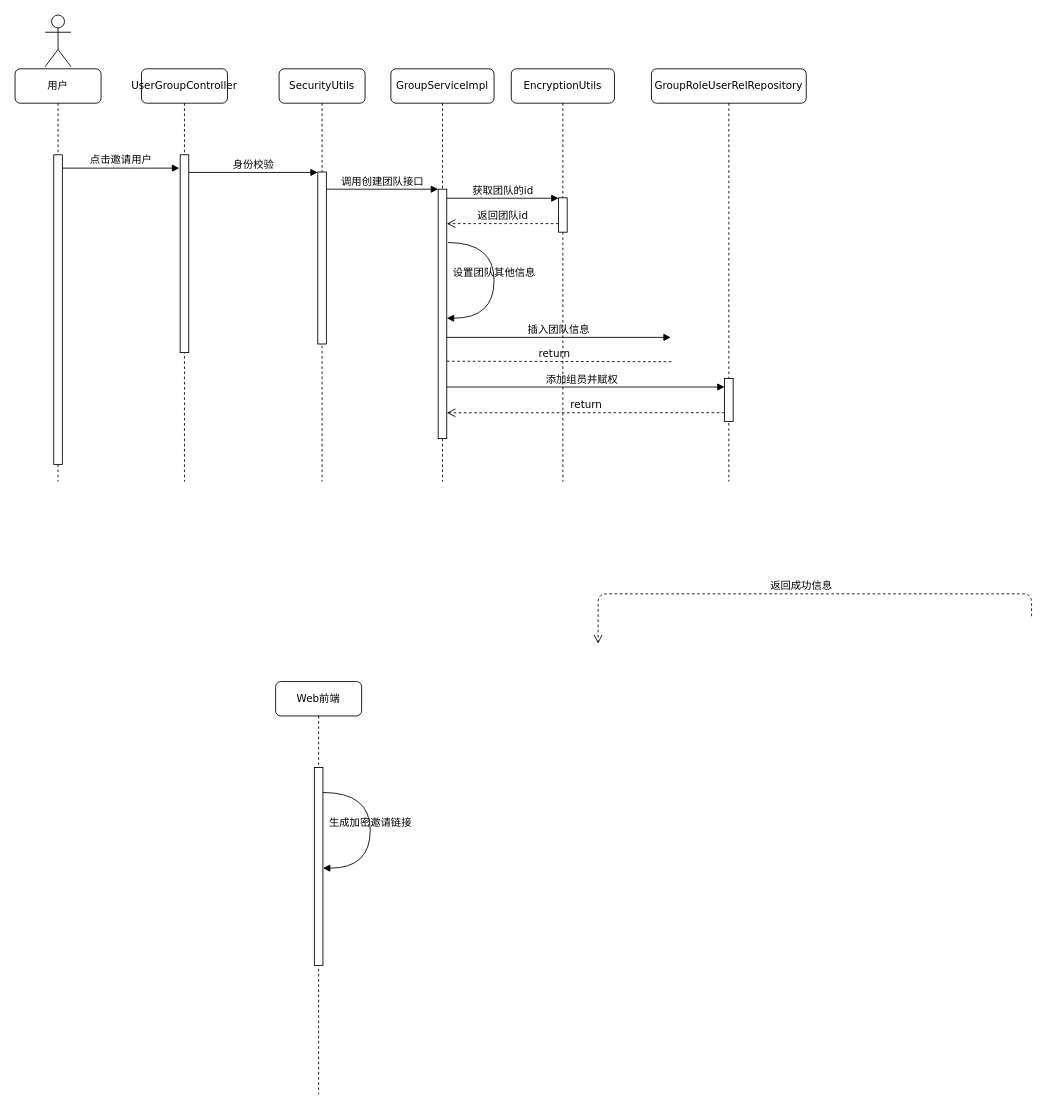
This is 获取邀请信息时序图.drawio from come-on-reader/draw-io, a draw.io file, before an edit. Source tidied: cells renumbered, new cells numbered last; positions are measured from the earlier drawing's top-left corner, leaving out a move shared by most shapes. Both pictures are drawn from the tidied source at 86%, with x=0, y=0 at pixel (15, 15).
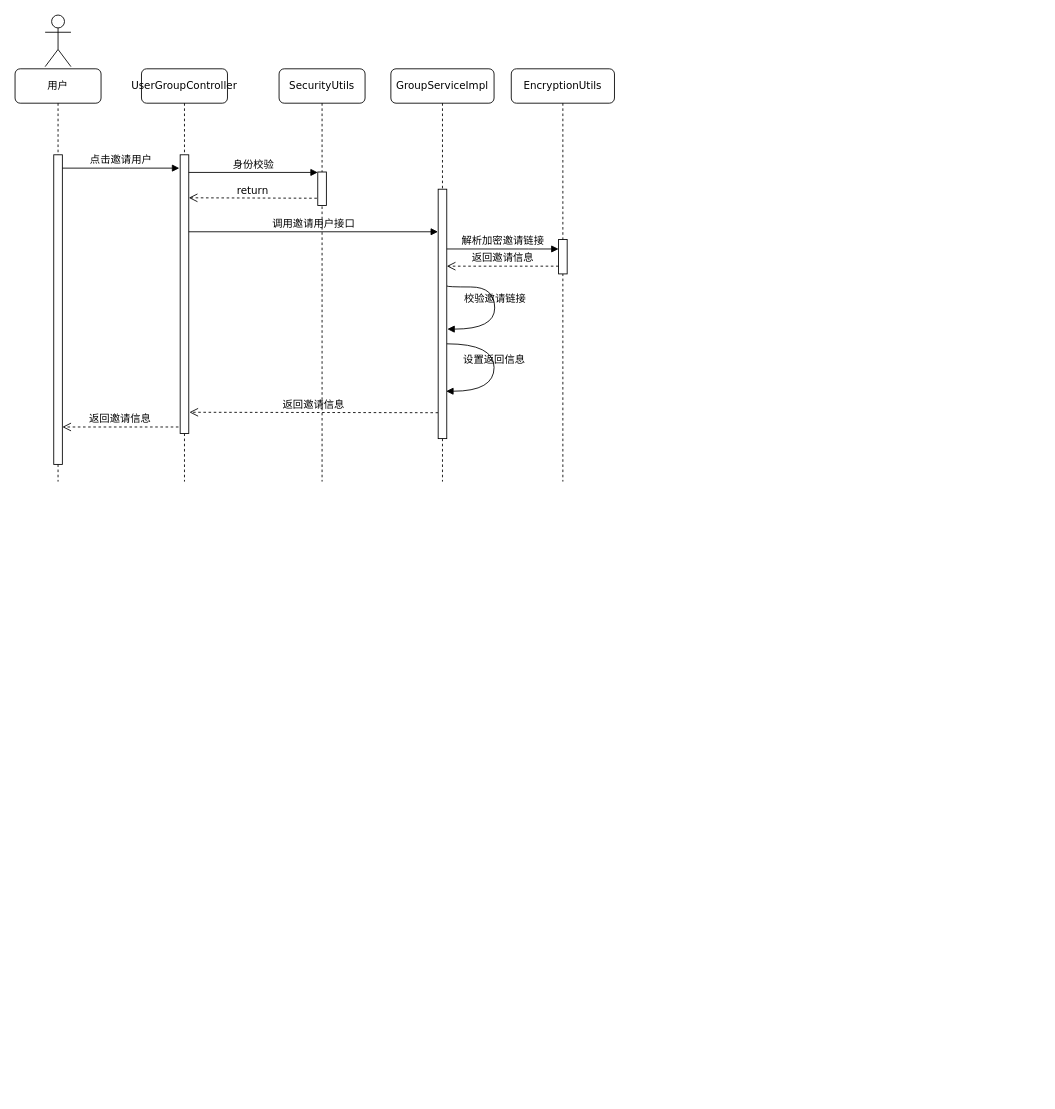
Above is the later version.

Commit message:
更新获取邀请信息时序图.drawio

The change refers to these unchanged cells:
```xml
<mxCell id="2" value="UserGroupController" style="shape=umlLifeline;perimeter=lifelinePerimeter;whiteSpace=wrap;html=1;rounded=1;shadow=0;comic=0;labelBackgroundColor=none;strokeWidth=1;fontFamily=Verdana;fontSize=12;align=center;" parent="1" vertex="1">
  <mxGeometry x="147" y="62.5" width="100" height="480" as="geometry" />
</mxCell>
<mxCell id="4" value="SecurityUtils" style="shape=umlLifeline;perimeter=lifelinePerimeter;whiteSpace=wrap;html=1;rounded=1;shadow=0;comic=0;labelBackgroundColor=none;strokeWidth=1;fontFamily=Verdana;fontSize=12;align=center;" parent="1" vertex="1">
  <mxGeometry x="307" y="62.5" width="100" height="480" as="geometry" />
</mxCell>
<mxCell id="6" value="GroupServiceImpl" style="shape=umlLifeline;perimeter=lifelinePerimeter;whiteSpace=wrap;html=1;rounded=1;shadow=0;comic=0;labelBackgroundColor=none;strokeWidth=1;fontFamily=Verdana;fontSize=12;align=center;" parent="1" vertex="1">
  <mxGeometry x="437" y="62.5" width="120" height="480" as="geometry" />
</mxCell>
<mxCell id="7" value="EncryptionUtils" style="shape=umlLifeline;perimeter=lifelinePerimeter;whiteSpace=wrap;html=1;rounded=1;shadow=0;comic=0;labelBackgroundColor=none;strokeWidth=1;fontFamily=Verdana;fontSize=12;align=center;" parent="1" vertex="1">
  <mxGeometry x="577" y="62.5" width="120" height="480" as="geometry" />
</mxCell>
<mxCell id="14" style="html=1;points=[];perimeter=orthogonalPerimeter;rounded=0;shadow=0;comic=0;labelBackgroundColor=none;strokeWidth=1;fontFamily=Verdana;fontSize=12;align=center;" parent="1" vertex="1">
  <mxGeometry x="492" y="202.5" width="10" height="290" as="geometry" />
</mxCell>
```

What changed in the source:
```diff
@@
     <mxCell id="3" style="html=1;points=[];perimeter=orthogonalPerimeter;rounded=0;shadow=0;comic=0;labelBackgroundColor=none;strokeWidth=1;fontFamily=Verdana;fontSize=12;align=center;" parent="2" vertex="1">
-      <mxGeometry x="45" y="100" width="10" height="230" as="geometry" />
+      <mxGeometry x="45" y="100" width="10" height="324" as="geometry" />
     </mxCell>
+    <mxCell id="29" value="返回邀请信息" style="html=1;verticalAlign=bottom;endArrow=open;dashed=1;endSize=8;labelBackgroundColor=none;fontFamily=Verdana;fontSize=12;entryX=1.075;entryY=0.924;entryDx=0;entryDy=0;entryPerimeter=0;" parent="2" edge="1">
+      <mxGeometry relative="1" as="geometry">
+        <mxPoint x="43" y="416.5" as="sourcePoint" />
+        <mxPoint x="-92" y="416.5" as="targetPoint" />
+      </mxGeometry>
+    </mxCell>
@@
     <mxCell id="5" style="html=1;points=[];perimeter=orthogonalPerimeter;rounded=0;shadow=0;comic=0;labelBackgroundColor=none;strokeWidth=1;fontFamily=Verdana;fontSize=12;align=center;" parent="4" vertex="1">
-      <mxGeometry x="45" y="120" width="10" height="200" as="geometry" />
+      <mxGeometry x="45" y="120" width="10" height="39" as="geometry" />
     </mxCell>
+    <mxCell id="23" value="返回邀请信息" style="html=1;verticalAlign=bottom;endArrow=open;dashed=1;endSize=8;labelBackgroundColor=none;fontFamily=Verdana;fontSize=12;exitX=-0.006;exitY=0.797;exitDx=0;exitDy=0;exitPerimeter=0;entryX=1.075;entryY=0.924;entryDx=0;entryDy=0;entryPerimeter=0;" parent="4" edge="1" target="3">
+      <mxGeometry relative="1" as="geometry">
+        <mxPoint x="185" y="399.9" as="sourcePoint" />
+      </mxGeometry>
+    </mxCell>
@@
+    <mxCell id="21" value="校验邀请链接" style="html=1;verticalAlign=bottom;endArrow=block;labelBackgroundColor=none;fontFamily=Verdana;fontSize=12;elbow=vertical;edgeStyle=orthogonalEdgeStyle;curved=1;exitX=0.931;exitY=0.346;exitPerimeter=0;exitDx=0;exitDy=0;" parent="6" edge="1">
+      <mxGeometry relative="1" as="geometry">
+        <mxPoint x="65" y="252.5" as="sourcePoint" />
+        <mxPoint x="65.7" y="302.7" as="targetPoint" />
+        <Array as="points">
+          <mxPoint x="64.7" y="253.7" />
+          <mxPoint x="120.7" y="253.7" />
+          <mxPoint x="120.7" y="302.7" />
+        </Array>
+      </mxGeometry>
+    </mxCell>
@@
-    <mxCell id="8" value="return" style="html=1;verticalAlign=bottom;endArrow=open;dashed=1;endSize=8;labelBackgroundColor=none;fontFamily=Verdana;fontSize=12;entryX=1;entryY=0.652;entryDx=0;entryDy=0;entryPerimeter=0;exitX=0.119;exitY=0.812;exitDx=0;exitDy=0;exitPerimeter=0;" parent="7" edge="1">
-      <mxGeometry relative="1" as="geometry">
-        <mxPoint x="186.2" y="340.6" as="sourcePoint" />
-        <mxPoint x="-85" y="340" as="targetPoint" />
-      </mxGeometry>
-    </mxCell>
-    <mxCell id="9" value="添加组员并赋权" style="html=1;verticalAlign=bottom;endArrow=block;labelBackgroundColor=none;fontFamily=Verdana;fontSize=12;entryX=0.008;entryY=0.2;entryDx=0;entryDy=0;entryPerimeter=0;" parent="7" edge="1" target="11">
-      <mxGeometry relative="1" as="geometry">
-        <mxPoint x="-85" y="370" as="sourcePoint" />
-      </mxGeometry>
-    </mxCell>
-    <mxCell id="10" value="GroupRoleUserRelRepository" style="shape=umlLifeline;perimeter=lifelinePerimeter;whiteSpace=wrap;html=1;rounded=1;shadow=0;comic=0;labelBackgroundColor=none;strokeWidth=1;fontFamily=Verdana;fontSize=12;align=center;" parent="1" vertex="1">
-      <mxGeometry x="740" y="62.5" width="180" height="480" as="geometry" />
-    </mxCell>
-    <mxCell id="11" style="html=1;points=[];perimeter=orthogonalPerimeter;rounded=0;shadow=0;comic=0;labelBackgroundColor=none;strokeColor=#000000;strokeWidth=1;fillColor=#FFFFFF;fontFamily=Verdana;fontSize=12;fontColor=#000000;align=center;" parent="10" vertex="1">
-      <mxGeometry x="85" y="360" width="10" height="50" as="geometry" />
-    </mxCell>
+    <mxCell id="16" style="html=1;points=[];perimeter=orthogonalPerimeter;rounded=0;shadow=0;comic=0;labelBackgroundColor=none;strokeWidth=1;fontFamily=Verdana;fontSize=12;align=center;" parent="7" vertex="1">
+      <mxGeometry x="55" y="198.5" width="10" height="40" as="geometry" />
+    </mxCell>
@@
-    <mxCell id="15" value="调用创建团队接口" style="html=1;verticalAlign=bottom;endArrow=block;labelBackgroundColor=none;fontFamily=Verdana;fontSize=12;edgeStyle=elbowEdgeStyle;elbow=vertical;" parent="1" edge="1" source="5" target="14">
-      <mxGeometry relative="1" as="geometry">
-        <Array as="points">
-          <mxPoint x="367" y="202.5" />
-        </Array>
-      </mxGeometry>
-    </mxCell>
-    <mxCell id="16" style="html=1;points=[];perimeter=orthogonalPerimeter;rounded=0;shadow=0;comic=0;labelBackgroundColor=none;strokeWidth=1;fontFamily=Verdana;fontSize=12;align=center;" parent="1" vertex="1">
-      <mxGeometry x="632" y="212.5" width="10" height="40" as="geometry" />
-    </mxCell>
-    <mxCell id="17" value="获取团队的id" style="html=1;verticalAlign=bottom;endArrow=block;entryX=0;entryY=0;labelBackgroundColor=none;fontFamily=Verdana;fontSize=12;edgeStyle=elbowEdgeStyle;elbow=vertical;" parent="1" edge="1" source="14" target="16">
-      <mxGeometry relative="1" as="geometry" />
+    <mxCell id="17" value="解析加密邀请链接" style="html=1;verticalAlign=bottom;endArrow=block;labelBackgroundColor=none;fontFamily=Verdana;fontSize=12;edgeStyle=elbowEdgeStyle;elbow=vertical;" parent="1" edge="1" source="14" target="16">
+      <mxGeometry relative="1" as="geometry">
+        <Array as="points">
+          <mxPoint x="597" y="272" />
+        </Array>
+      </mxGeometry>
     </mxCell>
-    <mxCell id="18" value="返回团队id" style="html=1;verticalAlign=bottom;endArrow=open;dashed=1;endSize=8;labelBackgroundColor=none;fontFamily=Verdana;fontSize=12;edgeStyle=elbowEdgeStyle;elbow=vertical;" parent="1" edge="1" source="16" target="14">
+    <mxCell id="18" value="返回邀请信息" style="html=1;verticalAlign=bottom;endArrow=open;dashed=1;endSize=8;labelBackgroundColor=none;fontFamily=Verdana;fontSize=12;edgeStyle=elbowEdgeStyle;elbow=vertical;" parent="1" edge="1" source="16" target="14">
       <mxGeometry relative="1" as="geometry">
         <Array as="points">
-          <mxPoint x="577" y="242.5" />
+          <mxPoint x="577" y="292" />
           <mxPoint x="607" y="242.5" />
         </Array>
       </mxGeometry>
     </mxCell>
-    <mxCell id="19" value="插入团队信息" style="html=1;verticalAlign=bottom;endArrow=block;labelBackgroundColor=none;fontFamily=Verdana;fontSize=12;entryX=0.048;entryY=0.246;entryDx=0;entryDy=0;entryPerimeter=0;" parent="1" edge="1" source="14">
-      <mxGeometry relative="1" as="geometry">
-        <mxPoint x="762.5" y="374.8" as="targetPoint" />
-      </mxGeometry>
-    </mxCell>
@@
-    <mxCell id="21" value="设置团队其他信息" style="html=1;verticalAlign=bottom;endArrow=block;labelBackgroundColor=none;fontFamily=Verdana;fontSize=12;elbow=vertical;edgeStyle=orthogonalEdgeStyle;curved=1;exitX=1.129;exitY=0.214;exitPerimeter=0;exitDx=0;exitDy=0;" parent="1" edge="1" source="14" target="14">
-      <mxGeometry relative="1" as="geometry">
-        <Array as="points">
-          <mxPoint x="557" y="264.5" />
-          <mxPoint x="557" y="352.5" />
-        </Array>
-      </mxGeometry>
-    </mxCell>
@@
-    <mxCell id="23" value="return" style="html=1;verticalAlign=bottom;endArrow=open;dashed=1;endSize=8;labelBackgroundColor=none;fontFamily=Verdana;fontSize=12;entryX=1;entryY=0.652;entryDx=0;entryDy=0;entryPerimeter=0;exitX=-0.006;exitY=0.797;exitDx=0;exitDy=0;exitPerimeter=0;" parent="1" edge="1" source="11">
-      <mxGeometry relative="1" as="geometry">
-        <mxPoint x="502" y="462.5" as="targetPoint" />
-      </mxGeometry>
-    </mxCell>
-    <mxCell id="24" value="返回成功信息" style="html=1;verticalAlign=bottom;endArrow=open;dashed=1;endSize=8;labelBackgroundColor=none;fontFamily=Verdana;fontSize=12;edgeStyle=elbowEdgeStyle;elbow=vertical;" parent="1" edge="1">
-      <mxGeometry relative="1" as="geometry">
-        <mxPoint x="1182" y="699" as="sourcePoint" />
-        <mxPoint x="678" y="731" as="targetPoint" />
-        <Array as="points">
-          <mxPoint x="1022" y="673" />
-        </Array>
-      </mxGeometry>
-    </mxCell>
-    <mxCell id="25" value="Web前端" style="shape=umlLifeline;perimeter=lifelinePerimeter;whiteSpace=wrap;html=1;rounded=1;shadow=0;comic=0;labelBackgroundColor=none;strokeWidth=1;fontFamily=Verdana;fontSize=12;align=center;" parent="1" vertex="1">
-      <mxGeometry x="303" y="775" width="100" height="480" as="geometry" />
-    </mxCell>
-    <mxCell id="26" style="html=1;perimeter=orthogonalPerimeter;rounded=0;shadow=0;comic=0;labelBackgroundColor=none;strokeWidth=1;fontFamily=Verdana;fontSize=12;align=center;" parent="25" vertex="1">
-      <mxGeometry x="45" y="100" width="10" height="230" as="geometry" />
-    </mxCell>
-    <mxCell id="27" value="生成加密邀请链接" style="html=1;verticalAlign=bottom;endArrow=block;labelBackgroundColor=none;fontFamily=Verdana;fontSize=12;elbow=vertical;edgeStyle=orthogonalEdgeStyle;curved=1;" parent="1" edge="1">
-      <mxGeometry relative="1" as="geometry">
-        <mxPoint x="358" y="904" as="sourcePoint" />
-        <mxPoint x="358" y="992" as="targetPoint" />
-        <Array as="points">
-          <mxPoint x="413" y="904" />
-          <mxPoint x="413" y="992" />
-        </Array>
-      </mxGeometry>
-    </mxCell>
@@
+    <mxCell id="8" value="return" style="html=1;verticalAlign=bottom;endArrow=open;dashed=1;endSize=8;labelBackgroundColor=none;fontFamily=Verdana;fontSize=12;" parent="1" edge="1">
+      <mxGeometry relative="1" as="geometry">
+        <mxPoint x="351" y="213" as="sourcePoint" />
+        <mxPoint x="202" y="212.5" as="targetPoint" />
+      </mxGeometry>
+    </mxCell>
+    <mxCell id="15" value="调用邀请用户接口" style="html=1;verticalAlign=bottom;endArrow=block;labelBackgroundColor=none;fontFamily=Verdana;fontSize=12;edgeStyle=elbowEdgeStyle;elbow=vertical;entryX=-0.021;entryY=0.171;entryDx=0;entryDy=0;entryPerimeter=0;" parent="1" edge="1" target="14">
+      <mxGeometry relative="1" as="geometry">
+        <mxPoint x="202" y="252" as="sourcePoint" />
+        <Array as="points">
+          <mxPoint x="347" y="252" />
+        </Array>
+      </mxGeometry>
+    </mxCell>
+    <mxCell id="30" value="设置返回信息" style="html=1;verticalAlign=bottom;endArrow=block;labelBackgroundColor=none;fontFamily=Verdana;fontSize=12;elbow=vertical;edgeStyle=orthogonalEdgeStyle;curved=1;exitX=1.014;exitY=0.62;exitPerimeter=0;exitDx=0;exitDy=0;entryX=0.929;entryY=0.81;entryDx=0;entryDy=0;entryPerimeter=0;" parent="1" edge="1" source="14" target="14">
+      <mxGeometry relative="1" as="geometry">
+        <Array as="points">
+          <mxPoint x="557" y="382.5" />
+          <mxPoint x="557" y="437.5" />
+        </Array>
+      </mxGeometry>
+    </mxCell>
```
